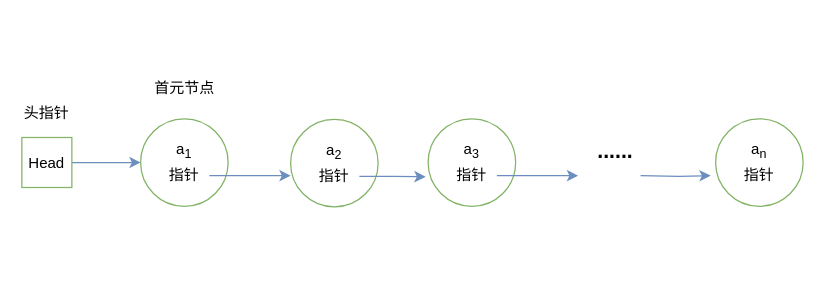
The draw.io diagram images/new-algorithm/02-04.drawio in overnote/over-algorithm, before the edit. Source tidied: cells renumbered, new cells numbered last; positions are measured from the earlier drawing's top-left corner, leaving out a move shared by most shapes. Both pictures are drawn from the tidied source at 125%, with x=0, y=0 at pixel (21, 75).
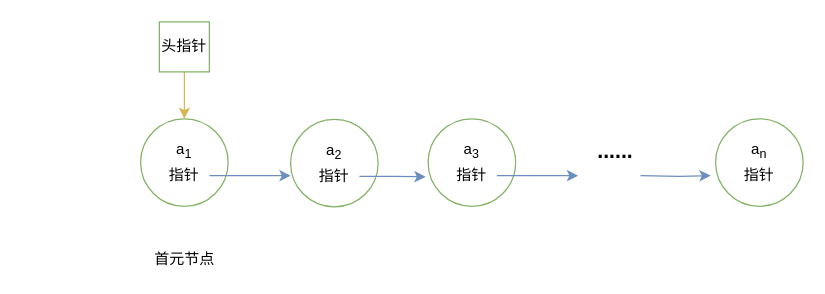
After the change.

Unchanged cells that the change refers to:
```xml
<mxCell id="2" style="ellipse;whiteSpace=wrap;html=1;fillColor=#FFFFFF;strokeColor=#82b366;" parent="1" vertex="1">
  <mxGeometry x="95" y="34.5" width="70" height="70" as="geometry" />
</mxCell>
```

The edit, as a diff of the source:
```diff
@@
-    <mxCell id="3" style="edgeStyle=orthogonalEdgeStyle;rounded=0;jettySize=auto;html=1;entryX=0;entryY=0.5;entryDx=0;entryDy=0;fontSize=12;fillColor=#dae8fc;strokeColor=#6c8ebf;" parent="1" edge="1" source="4" target="2">
+    <mxCell id="3" style="edgeStyle=orthogonalEdgeStyle;rounded=0;jettySize=auto;html=1;entryX=0.5;entryY=0;entryDx=0;entryDy=0;fillColor=#fff2cc;strokeColor=#d6b656;" parent="1" edge="1" source="4" target="2">
       <mxGeometry relative="1" as="geometry" />
     </mxCell>
-    <mxCell id="4" value="Head" style="rounded=0;whiteSpace=wrap;html=1;fillColor=#FFFFFF;strokeColor=#82b366;" parent="1" vertex="1">
-      <mxGeometry y="49.5" width="40" height="40" as="geometry" />
+    <mxCell id="4" value="头指针" style="rounded=0;whiteSpace=wrap;html=1;fillColor=#FFFFFF;strokeColor=#82b366;" parent="1" vertex="1">
+      <mxGeometry x="110" y="-43" width="40" height="40" as="geometry" />
     </mxCell>
-    <mxCell id="5" value="头指针" style="text;html=1;strokeColor=none;fillColor=none;align=center;verticalAlign=middle;whiteSpace=wrap;rounded=0;" parent="1" vertex="1">
-      <mxGeometry y="19.5" width="40" height="20" as="geometry" />
-    </mxCell>
@@
     <mxCell id="7" value="首元节点" style="text;html=1;strokeColor=none;fillColor=none;align=center;verticalAlign=middle;whiteSpace=wrap;rounded=0;fontSize=12;fontStyle=0;" parent="1" vertex="1">
-      <mxGeometry x="102.5" width="55" height="20" as="geometry" />
+      <mxGeometry x="102.5" y="137" width="55" height="20" as="geometry" />
     </mxCell>
```
